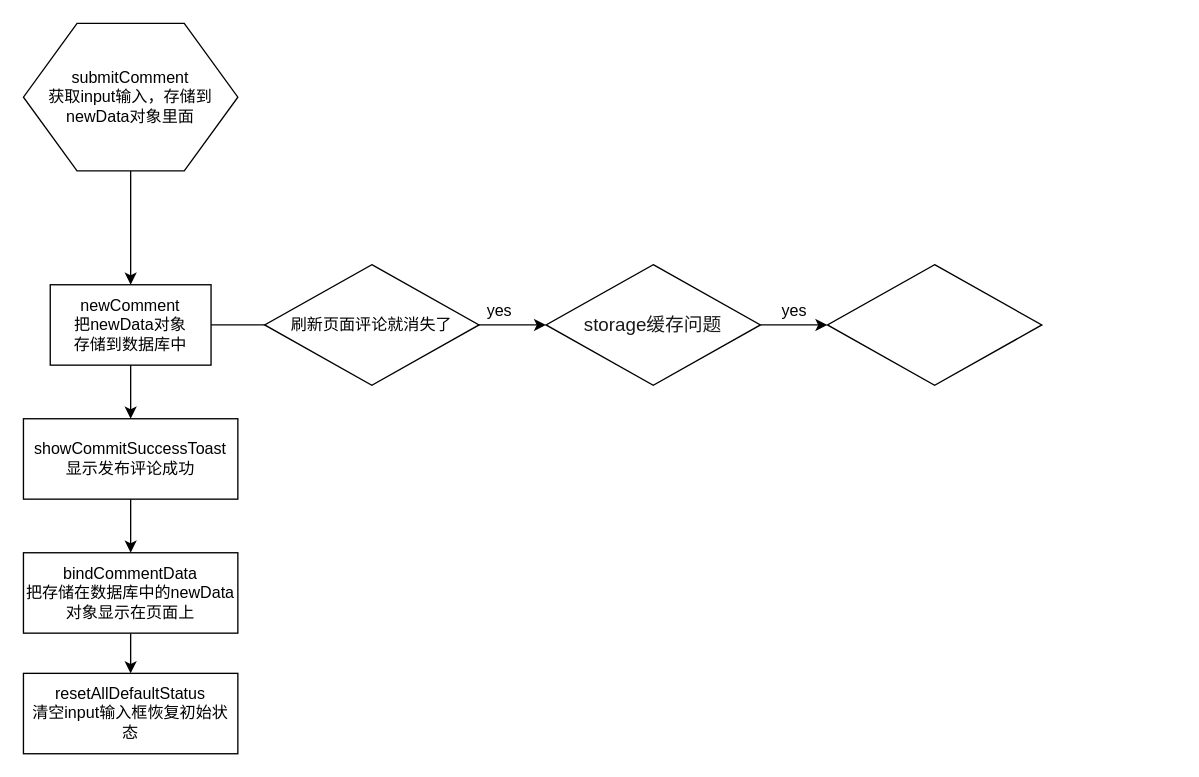
The draw.io diagram 小程序/提交评论流程图.drawio in MoNaiZi/draw.io, before the edit. Source tidied: cells renumbered, new cells numbered last; positions are measured from the earlier drawing's top-left corner, leaving out a move shared by most shapes. Both pictures are drawn from the tidied source at 134%, with x=0, y=0 at pixel (23, 23).
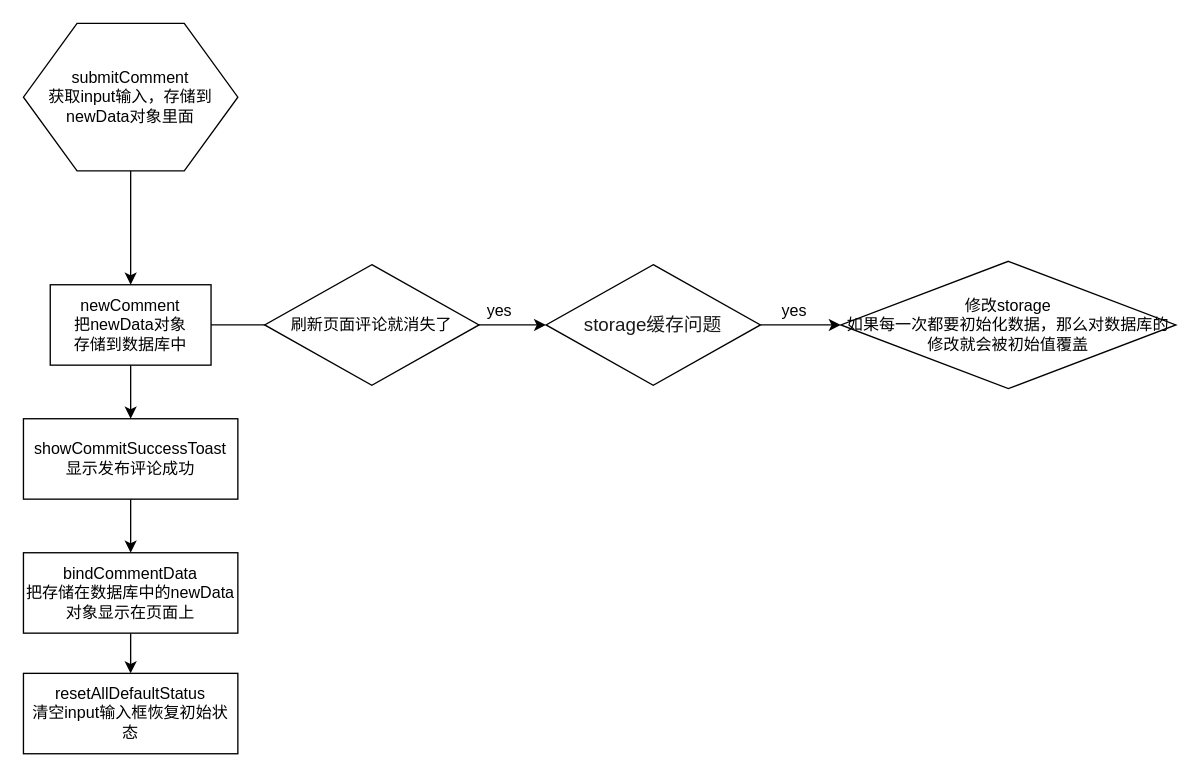
Above is the later version.

Commit message:
更新提交评论流程图.drawio

The edit, as a diff of the source:
```diff
@@
-    <mxCell id="17" style="rhombus;whiteSpace=wrap;html=1;" parent="1" vertex="1">
-      <mxGeometry x="600" y="180" width="160" height="90" as="geometry" />
+    <mxCell id="17" value="修改storage&lt;br&gt;如果每一次都要初始化数据，那么对数据库的修改就会被初始值覆盖" style="rhombus;whiteSpace=wrap;html=1;" parent="1" vertex="1">
+      <mxGeometry x="610" y="177.5" width="250" height="95" as="geometry" />
     </mxCell>
```
